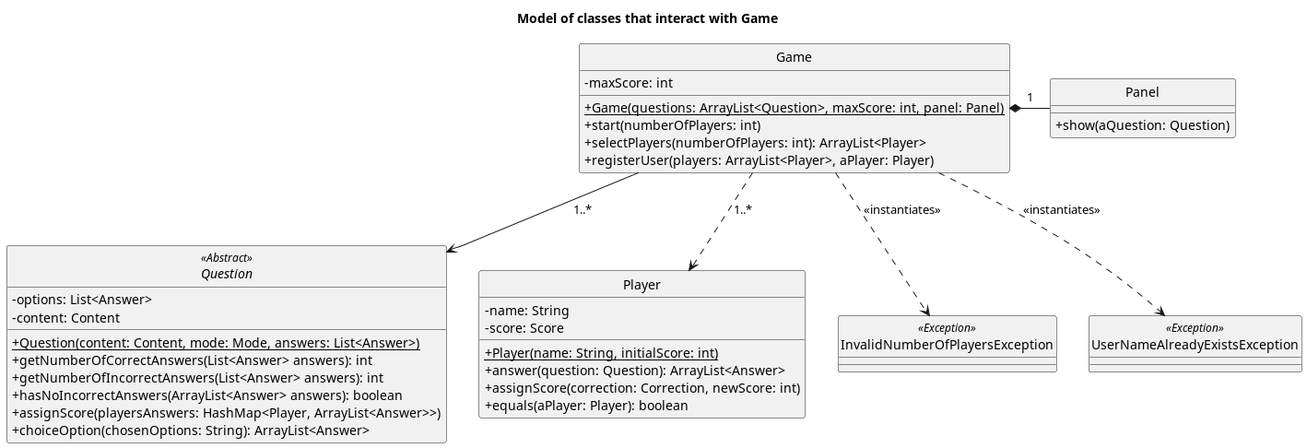
The PlantUML diagram UML files/ClassDiagramGameInteractionsModel.png in agpelliciari/TP2-Algo-III, before a commit.
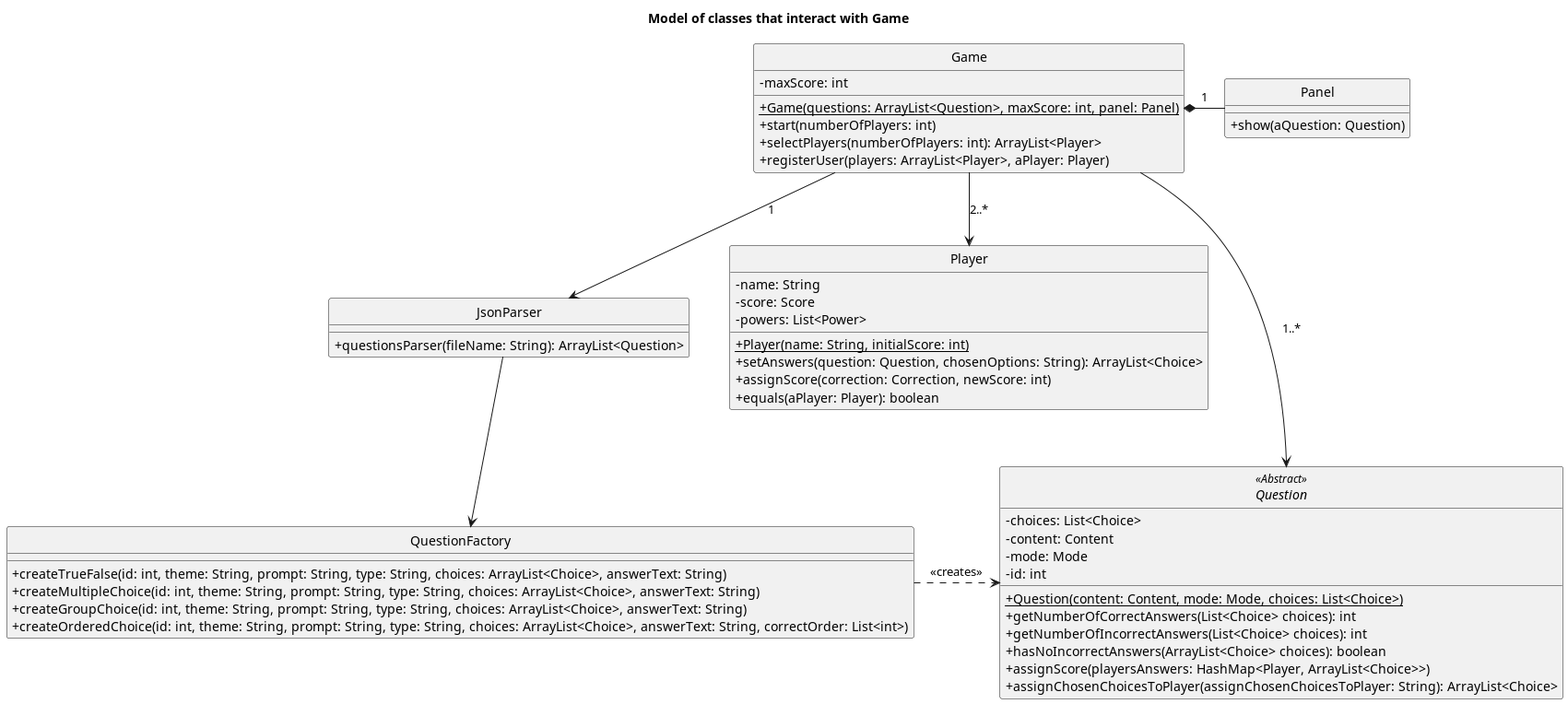
The same file after the commit.

Commit message:
#62 Modified 'Game' class diagram

What changed in the source:
```diff
@@ -19,39 +19,48 @@
 }
 
 abstract class Question{
--options: List<Answer>
+-choices: List<Choice>
 -content: Content
-+{static}Question(content: Content, mode: Mode, answers: List<Answer>)
-+getNumberOfCorrectAnswers(List<Answer> answers): int
-+getNumberOfIncorrectAnswers(List<Answer> answers): int
-+hasNoIncorrectAnswers(ArrayList<Answer> answers): boolean
-+assignScore(playersAnswers: HashMap<Player, ArrayList<Answer>>)
-+choiceOption(chosenOptions: String): ArrayList<Answer>
+-mode: Mode
+-id: int
++{static}Question(content: Content, mode: Mode, choices: List<Choice>)
++getNumberOfCorrectAnswers(List<Choice> choices): int
++getNumberOfIncorrectAnswers(List<Choice> choices): int
++hasNoIncorrectAnswers(ArrayList<Choice> choices): boolean
++assignScore(playersAnswers: HashMap<Player, ArrayList<Choice>>)
++assignChosenChoicesToPlayer(assignChosenChoicesToPlayer: String): ArrayList<Choice>
 }
 
 class Player{
 -name: String
 -score: Score
+-powers: List<Power>
 +{static}Player(name: String, initialScore: int)
-+answer(question: Question): ArrayList<Answer>
++setAnswers(question: Question, chosenOptions: String): ArrayList<Choice>
 +assignScore(correction: Correction, newScore: int)
 +equals(aPlayer: Player): boolean
 }
 
-class InvalidNumberOfPlayersException{}
+class JsonParser{
++questionsParser(fileName: String): ArrayList<Question>
+}
 
-class UserNameAlreadyExistsException{}
+class QuestionFactory{
++createTrueFalse(id: int, theme: String, prompt: String, type: String, choices: ArrayList<Choice>, answerText: String)
++createMultipleChoice(id: int, theme: String, prompt: String, type: String, choices: ArrayList<Choice>, answerText: String)
++createGroupChoice(id: int, theme: String, prompt: String, type: String, choices: ArrayList<Choice>, answerText: String)
++createOrderedChoice(id: int, theme: String, prompt: String, type: String, choices: ArrayList<Choice>, answerText: String, correctOrder: List<int>)
+
+}
 
 Game *- Panel:1
 Game --> Question:1..*
-Game ..> Player:1..*
+Game --> Player:2..*
+Game --> JsonParser:1
+
+JsonParser --> QuestionFactory
+QuestionFactory .> Question: "<<creates>>"
 
 Question <<Abstract>>
-InvalidNumberOfPlayersException <<Exception>>
-UserNameAlreadyExistsException <<Exception>>
-
-Game ..> InvalidNumberOfPlayersException: <<instantiates>>
-Game ..> UserNameAlreadyExistsException: <<instantiates>>
-
 
 @enduml
```
